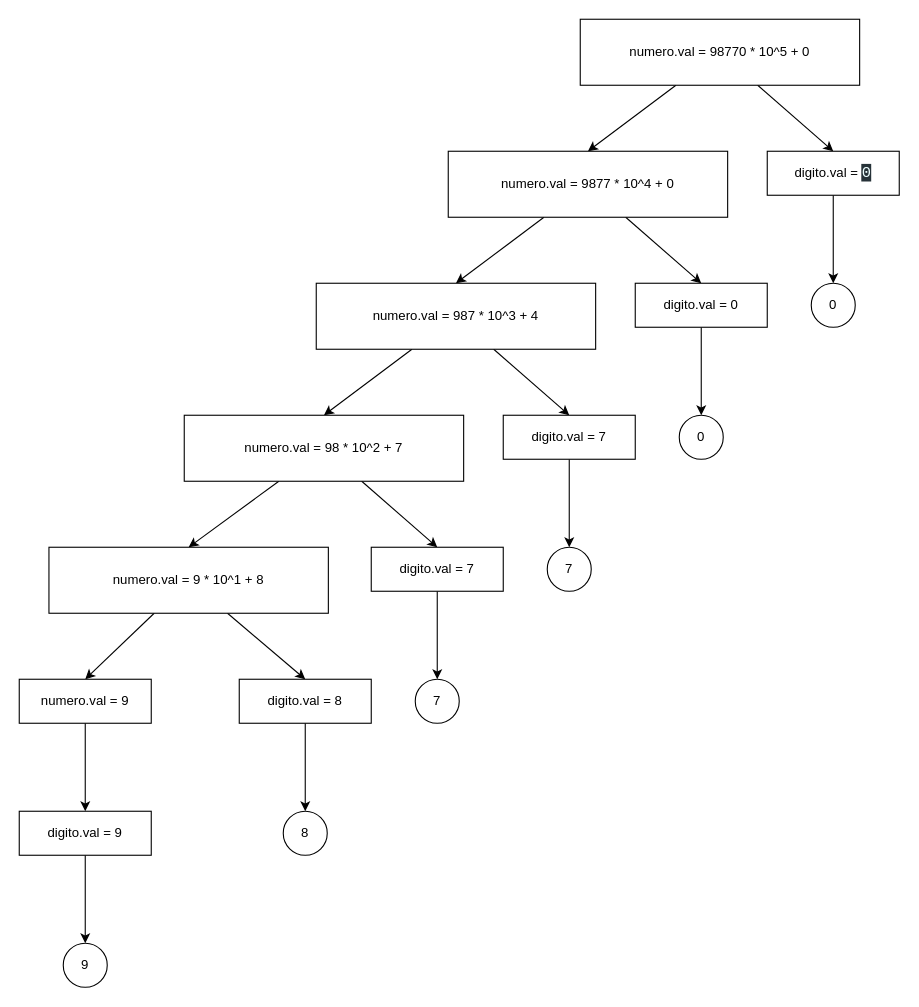
This is page "987700" (2 of 2) of classes/Taller-Árbol gramatical.drawio from AndresMpa/compiler, a draw.io file, before an edit. Source tidied: cells renumbered, new cells numbered last; positions are measured from the earlier drawing's top-left corner, leaving out a move shared by most shapes. Both pictures are drawn from the tidied source at 110%, with x=0, y=0 at pixel (19, 19).
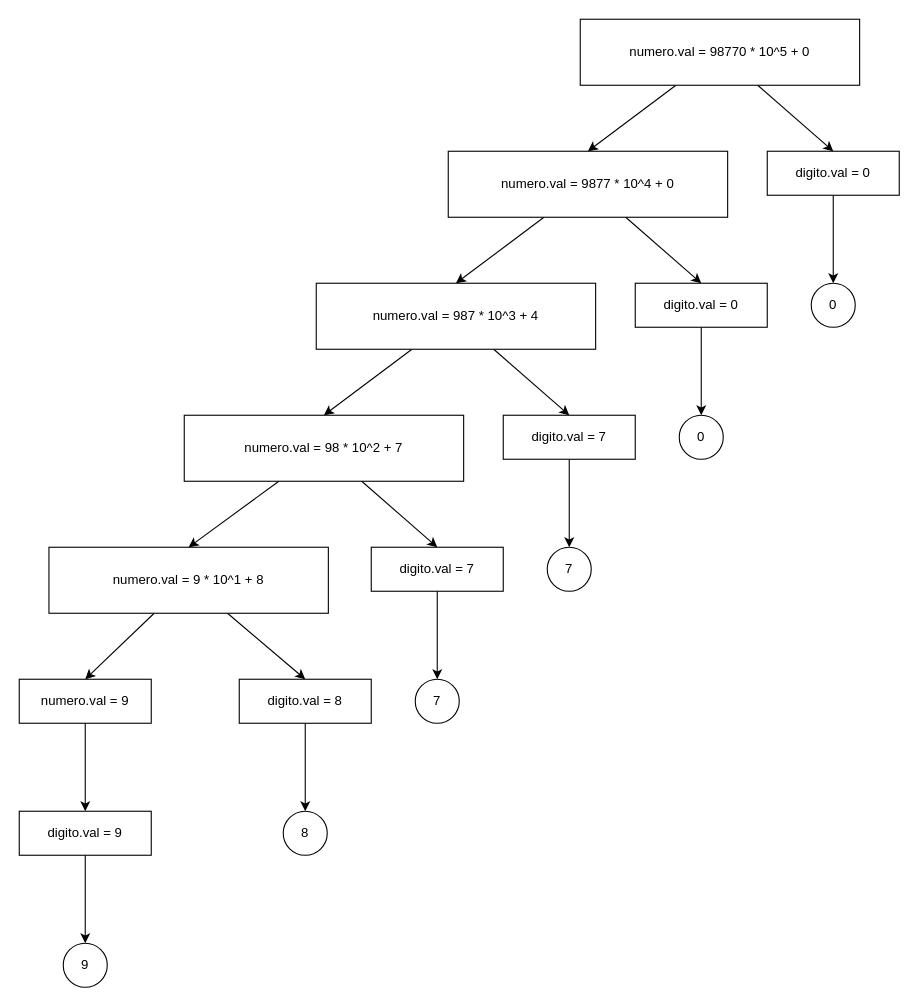
The same page after the edit.

Diff of the diagram source:
```diff
@@
-    <mxCell id="6" value="digito.val = &lt;font color=&quot;#eeffff&quot; face=&quot;consolas, courier new, monospace&quot;&gt;&lt;span style=&quot;font-size: 14px ; background-color: rgb(38 , 50 , 56)&quot;&gt;0&lt;/span&gt;&lt;/font&gt;" style="rounded=0;whiteSpace=wrap;html=1;" parent="1" vertex="1">
+    <mxCell id="6" value="digito.val = 0" style="rounded=0;whiteSpace=wrap;html=1;" parent="1" vertex="1">
       <mxGeometry x="680" y="120" width="120" height="40" as="geometry" />
     </mxCell>
```
